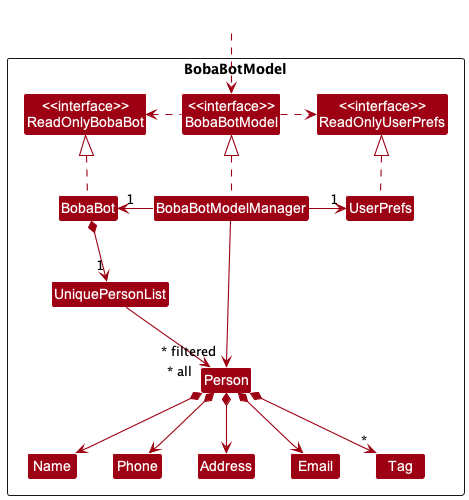
Earlier version of the PlantUML export docs/images/ModelClassDiagram.png (nus-cs2103-AY2223S1/tp).
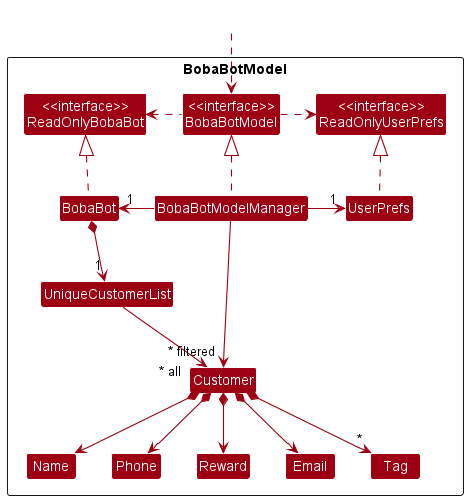
Above is the later version.

Commit message:
Update ModelClass and StorageClass UML diagrams

Change to the diagram source:
```diff
@@ -12,9 +12,9 @@
 Class BobaBotModelManager
 Class UserPrefs
 
-Class UniquePersonList
-Class Person
-Class Address
+Class UniqueCustomerList
+Class Customer
+Class Reward
 Class Email
 Class Name
 Class Phone
@@ -34,17 +34,17 @@
 BobaBotModelManager -right-> "1" UserPrefs
 UserPrefs .up.|> ReadOnlyUserPrefs
 
-BobaBot *--> "1" UniquePersonList
-UniquePersonList --> "~* all" Person
-Person *--> Name
-Person *--> Phone
-Person *--> Email
-Person *--> Address
-Person *--> "*" Tag
+BobaBot *--> "1" UniqueCustomerList
+UniqueCustomerList --> "~* all" Customer
+Customer *--> Name
+Customer *--> Phone
+Customer *--> Email
+Customer *--> Reward
+Customer *--> "*" Tag
 
 Name -[hidden]right-> Phone
-Phone -[hidden]right-> Address
-Address -[hidden]right-> Email
+Phone -[hidden]right-> Reward
+Reward -[hidden]right-> Email
 
-BobaBotModelManager -->"~* filtered" Person
+BobaBotModelManager -->"~* filtered" Customer
 @enduml
```
